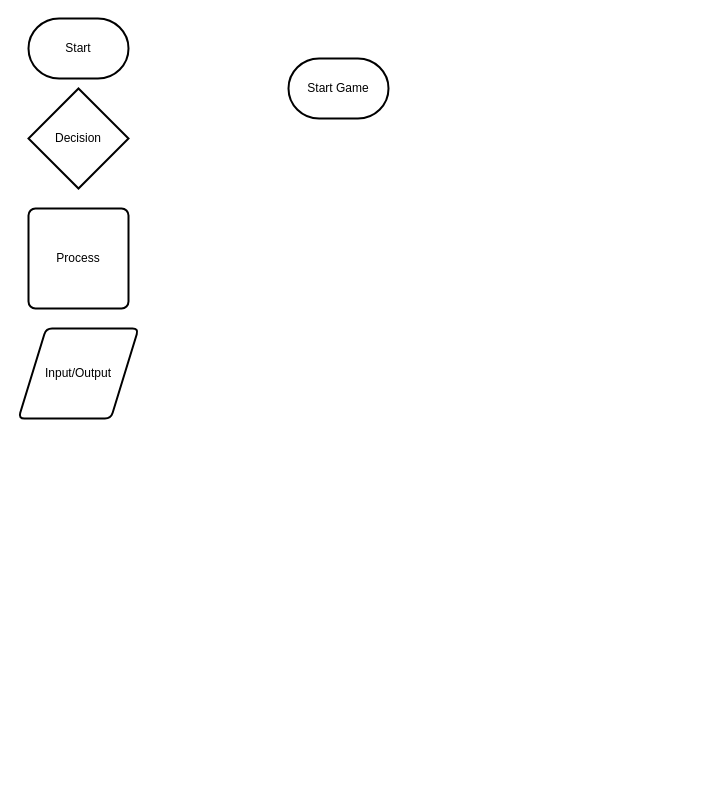
This is planning/drawio_flowcharts/sprint1_flowchart.drawio from MichaelHayesMC/Term_3_Godot_GameName, a draw.io file, before an edit. Source tidied: cells renumbered, new cells numbered last; positions are measured from the earlier drawing's top-left corner, leaving out a move shared by most shapes. Both pictures are drawn from the tidied source at 100%, with x=0, y=0 at pixel (18, 18).
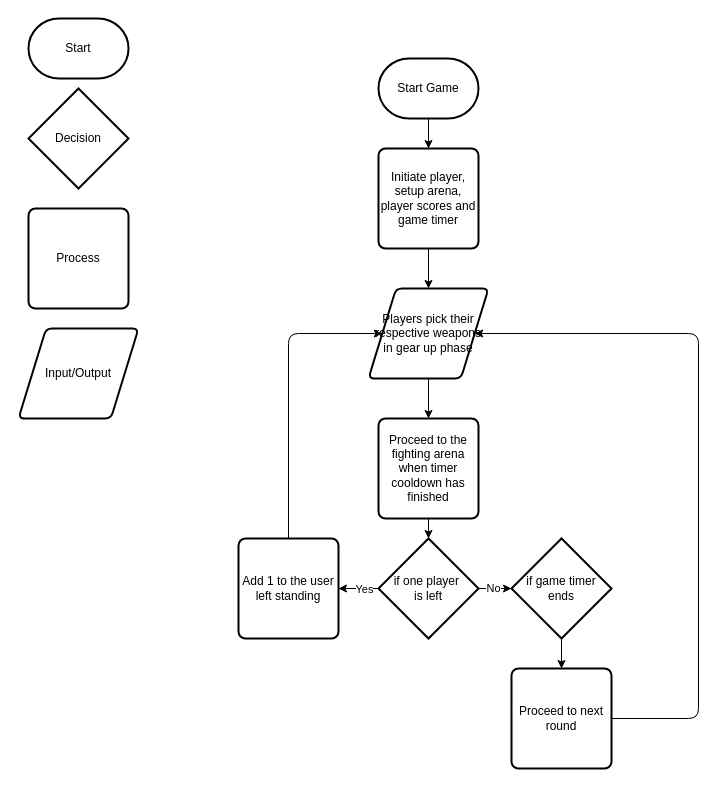
The same diagram, later.

Commit message:
Finalisation of Sprint 1 flowchart gameplay loop intentions

What changed in the source:
```diff
@@
+    <mxCell id="7" style="edgeStyle=none;html=1;" parent="1" edge="1" source="3" target="22">
+      <mxGeometry relative="1" as="geometry" />
+    </mxCell>
-    <mxCell id="3" value="Process" style="rounded=1;whiteSpace=wrap;html=1;absoluteArcSize=1;arcSize=14;strokeWidth=2;" parent="1" vertex="1">
-      <mxGeometry x="10" y="190" width="100" height="100" as="geometry" />
+    <mxCell id="3" value="Initiate player, setup arena, player scores and game timer" style="rounded=1;whiteSpace=wrap;html=1;absoluteArcSize=1;arcSize=14;strokeWidth=2;" parent="1" vertex="1">
+      <mxGeometry x="360" y="130" width="100" height="100" as="geometry" />
     </mxCell>
@@
+    <mxCell id="8" style="edgeStyle=none;html=1;" parent="1" edge="1" source="6">
+      <mxGeometry relative="1" as="geometry">
+        <mxPoint x="410" y="130" as="targetPoint" />
+      </mxGeometry>
+    </mxCell>
     <mxCell id="6" value="Start Game" style="strokeWidth=2;html=1;shape=mxgraph.flowchart.terminator;whiteSpace=wrap;" parent="1" vertex="1">
-      <mxGeometry x="270" y="40" width="100" height="60" as="geometry" />
+      <mxGeometry x="360" y="40" width="100" height="60" as="geometry" />
     </mxCell>
+    <mxCell id="9" style="edgeStyle=none;html=1;" parent="1" edge="1" source="10" target="18">
+      <mxGeometry relative="1" as="geometry" />
+    </mxCell>
+    <mxCell id="10" value="Proceed to the fighting arena when timer cooldown has finished" style="rounded=1;whiteSpace=wrap;html=1;absoluteArcSize=1;arcSize=14;strokeWidth=2;" parent="1" vertex="1">
+      <mxGeometry x="360" y="400" width="100" height="100" as="geometry" />
+    </mxCell>
+    <mxCell id="11" value="Process" style="rounded=1;whiteSpace=wrap;html=1;absoluteArcSize=1;arcSize=14;strokeWidth=2;" parent="1" vertex="1">
+      <mxGeometry x="10" y="190" width="100" height="100" as="geometry" />
+    </mxCell>
+    <mxCell id="12" style="edgeStyle=none;html=1;entryX=0;entryY=0.5;entryDx=0;entryDy=0;" parent="1" edge="1" source="13" target="22">
+      <mxGeometry relative="1" as="geometry">
+        <Array as="points">
+          <mxPoint x="270" y="315" />
+        </Array>
+      </mxGeometry>
+    </mxCell>
+    <mxCell id="13" value="Add 1 to the user left standing" style="rounded=1;whiteSpace=wrap;html=1;absoluteArcSize=1;arcSize=14;strokeWidth=2;" parent="1" vertex="1">
+      <mxGeometry x="220" y="520" width="100" height="100" as="geometry" />
+    </mxCell>
+    <mxCell id="14" style="edgeStyle=none;html=1;" parent="1" edge="1" source="18" target="13">
+      <mxGeometry relative="1" as="geometry" />
+    </mxCell>
+    <mxCell id="15" value="Yes" style="edgeLabel;html=1;align=center;verticalAlign=middle;" parent="14" vertex="1">
+      <mxGeometry x="-0.25" relative="1" as="geometry" />
+    </mxCell>
+    <mxCell id="16" style="edgeStyle=none;html=1;" parent="1" edge="1" source="18" target="24">
+      <mxGeometry relative="1" as="geometry" />
+    </mxCell>
+    <mxCell id="17" value="No" style="edgeLabel;html=1;align=center;verticalAlign=middle;" parent="16" vertex="1">
+      <mxGeometry x="-0.15" y="1" relative="1" as="geometry" />
+    </mxCell>
+    <mxCell id="18" value="if one player&amp;nbsp;&lt;div&gt;is left&lt;/div&gt;" style="strokeWidth=2;html=1;shape=mxgraph.flowchart.decision;whiteSpace=wrap;direction=south;" parent="1" vertex="1">
+      <mxGeometry x="360" y="520" width="100" height="100" as="geometry" />
+    </mxCell>
+    <mxCell id="19" style="edgeStyle=none;html=1;entryX=1;entryY=0.5;entryDx=0;entryDy=0;" parent="1" edge="1" source="20" target="22">
+      <mxGeometry relative="1" as="geometry">
+        <Array as="points">
+          <mxPoint x="680" y="700" />
+          <mxPoint x="680" y="315" />
+        </Array>
+      </mxGeometry>
+    </mxCell>
+    <mxCell id="20" value="Proceed to next round" style="rounded=1;whiteSpace=wrap;html=1;absoluteArcSize=1;arcSize=14;strokeWidth=2;" parent="1" vertex="1">
+      <mxGeometry x="493" y="650" width="100" height="100" as="geometry" />
+    </mxCell>
+    <mxCell id="21" style="edgeStyle=none;html=1;" parent="1" edge="1" source="22" target="10">
+      <mxGeometry relative="1" as="geometry" />
+    </mxCell>
+    <mxCell id="22" value="Players pick their respective weapons in gear up phase" style="shape=parallelogram;html=1;strokeWidth=2;perimeter=parallelogramPerimeter;whiteSpace=wrap;rounded=1;arcSize=12;size=0.23;" parent="1" vertex="1">
+      <mxGeometry x="350" y="270" width="120" height="90" as="geometry" />
+    </mxCell>
+    <mxCell id="23" style="edgeStyle=none;html=1;" parent="1" edge="1" source="24" target="20">
+      <mxGeometry relative="1" as="geometry" />
+    </mxCell>
+    <mxCell id="24" value="if game timer ends" style="strokeWidth=2;html=1;shape=mxgraph.flowchart.decision;whiteSpace=wrap;direction=south;" parent="1" vertex="1">
+      <mxGeometry x="493" y="520" width="100" height="100" as="geometry" />
+    </mxCell>
```
